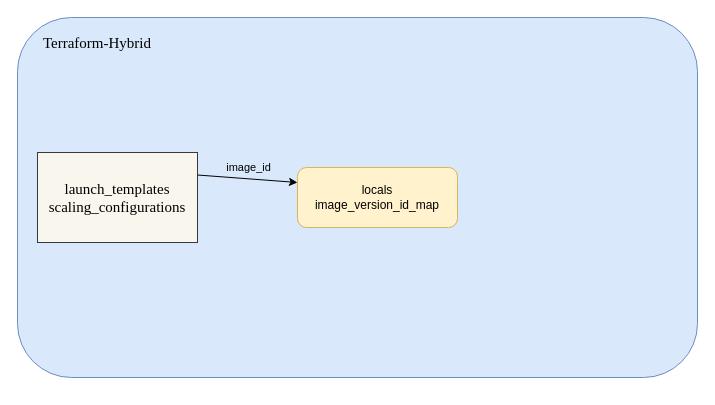
The draw.io diagram packon-terraform-hybrid-connection.drawio in YanshanSong/draw.io, before the edit. Source tidied: cells renumbered, new cells numbered last; positions are measured from the earlier drawing's top-left corner, leaving out a move shared by most shapes. Both pictures are drawn from the tidied source at 100%, with x=0, y=0 at pixel (17, 17).
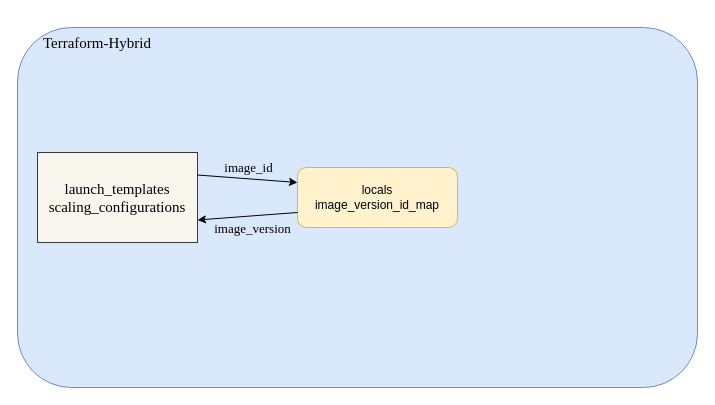
The same page after the edit.

Diff of the diagram source:
```diff
@@
 <mxGraphModel>
   <root>
     <mxCell id="0" />
     <mxCell id="1" parent="0" />
     <mxCell id="2" style="rounded=1;whiteSpace=wrap;html=1;fillColor=#dae8fc;strokeColor=#6c8ebf;" parent="1" vertex="1">
-      <mxGeometry width="680" height="360" as="geometry" />
+      <mxGeometry y="10" width="680" height="360" as="geometry" />
     </mxCell>
     <mxCell id="3" value="Terraform-Hybrid" style="text;html=1;strokeColor=none;fillColor=none;align=center;verticalAlign=middle;whiteSpace=wrap;rounded=0;fontFamily=Times New Roman;fontSize=15;" parent="1" vertex="1">
       <mxGeometry width="160" height="50" as="geometry" />
     </mxCell>
     <mxCell id="4" value="&lt;font style=&quot;font-size: 15px;&quot; face=&quot;Times New Roman&quot;&gt;launch_templates&lt;br&gt;scaling_configurations&lt;/font&gt;" style="rounded=0;whiteSpace=wrap;html=1;fillColor=#f9f7ed;strokeColor=#36393d;" parent="1" vertex="1">
       <mxGeometry x="20" y="135" width="160" height="90" as="geometry" />
     </mxCell>
     <mxCell id="5" value="locals&lt;br&gt;image_version_id_map" style="rounded=1;whiteSpace=wrap;html=1;fillColor=#fff2cc;strokeColor=#d6b656;" parent="1" vertex="1">
       <mxGeometry x="280" y="150" width="160" height="60" as="geometry" />
     </mxCell>
-    <mxCell id="6" value="image_id" style="endArrow=classic;html=1;rounded=0;exitX=1;exitY=0.25;exitDx=0;exitDy=0;entryX=0;entryY=0.25;entryDx=0;entryDy=0;labelBackgroundColor=none;" parent="1" edge="1" source="4" target="5">
+    <mxCell id="6" value="image_id" style="endArrow=classic;html=1;rounded=0;exitX=1;exitY=0.25;exitDx=0;exitDy=0;entryX=0;entryY=0.25;entryDx=0;entryDy=0;labelBackgroundColor=none;fontSize=13;fontFamily=Times New Roman;" parent="1" edge="1" source="4" target="5">
       <mxGeometry x="-0.01" y="11" relative="1" as="geometry" />
     </mxCell>
+    <mxCell id="7" style="endArrow=classic;html=1;rounded=0;entryX=1;entryY=0.75;entryDx=0;entryDy=0;exitX=0;exitY=0.75;exitDx=0;exitDy=0;" parent="1" edge="1" source="5" target="4">
+      <mxGeometry relative="1" as="geometry" />
+    </mxCell>
+    <mxCell id="8" value="image_version" style="edgeLabel;html=1;align=center;verticalAlign=middle;labelBackgroundColor=none;fontFamily=Times New Roman;fontSize=13;" parent="7" vertex="1">
+      <mxGeometry x="-0.11" y="-3" relative="1" as="geometry">
+        <mxPoint y="15" as="offset" />
+      </mxGeometry>
+    </mxCell>
   </root>
 </mxGraphModel>
```
